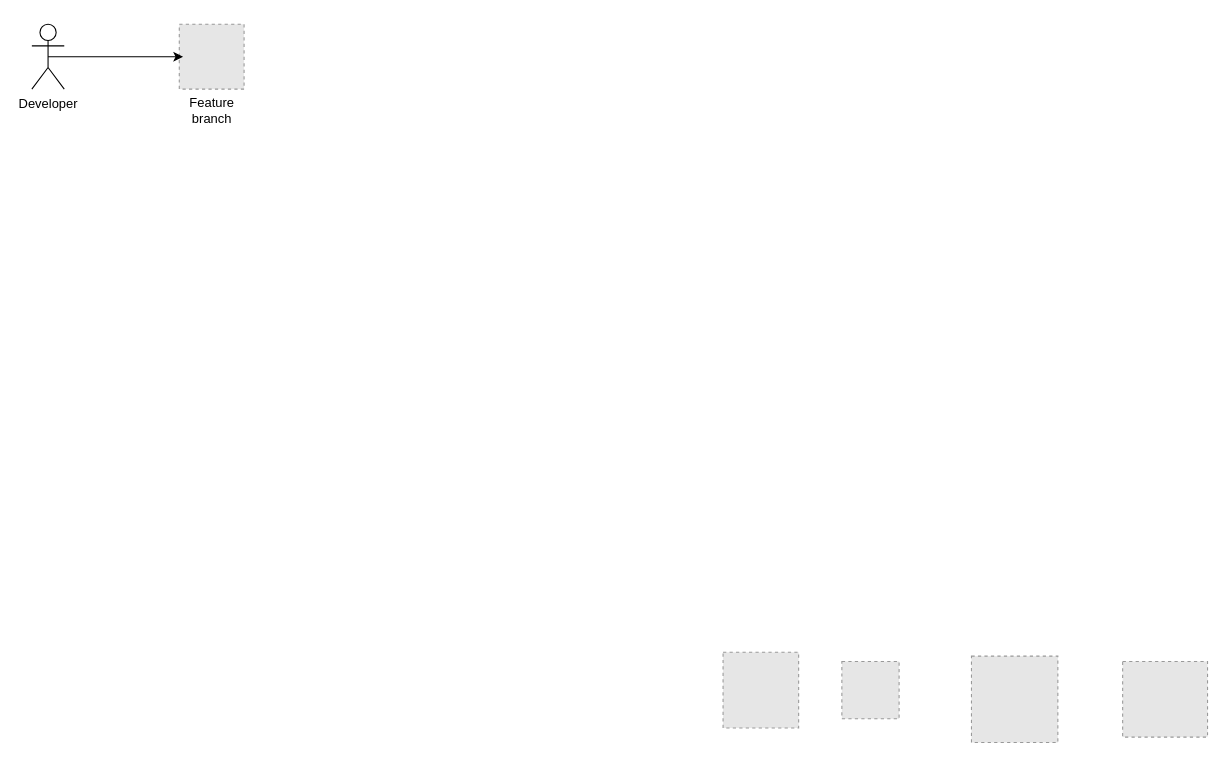
Before: jenkins-pipeline.drawio in ahup/drawings, a draw.io diagram. Source tidied: cells renumbered, new cells numbered last; positions are measured from the earlier drawing's top-left corner, leaving out a move shared by most shapes. Both pictures are drawn from the tidied source at 108%, with x=0, y=0 at pixel (31, 24). Pictures stored in the file or linked from it are replaced by grey dashed boxes.
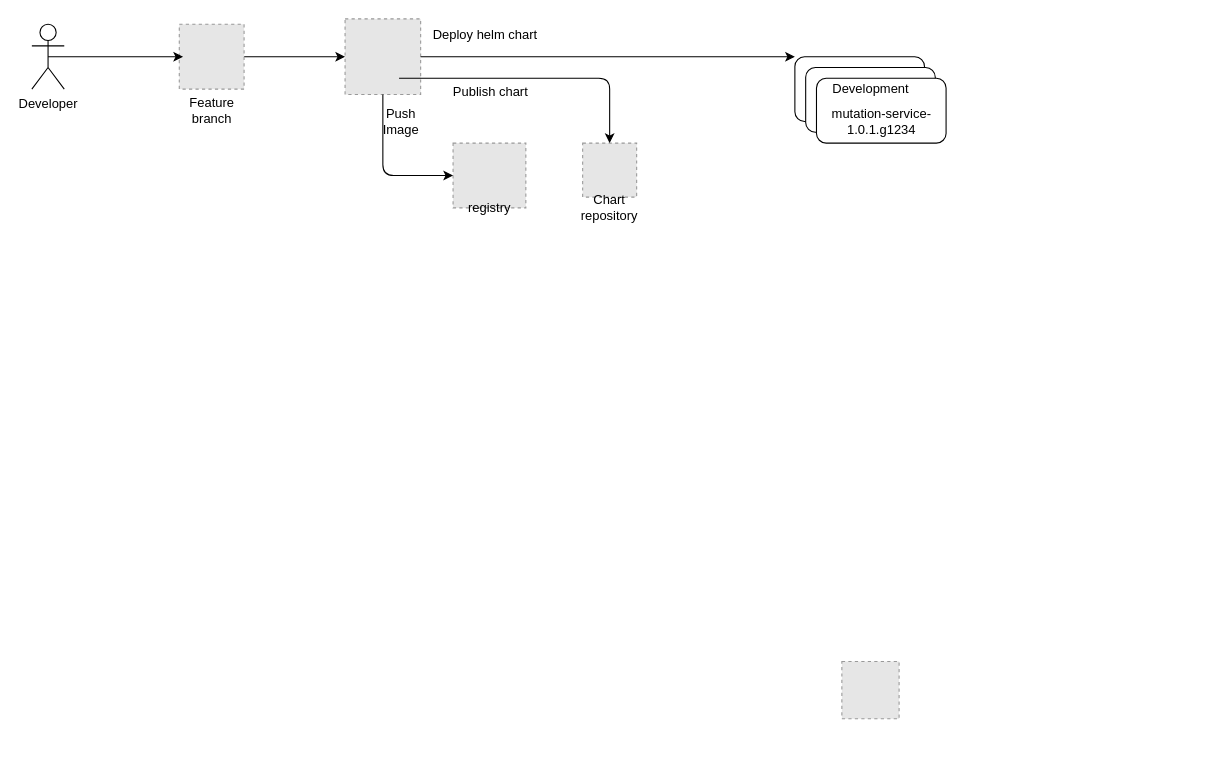
Above is the later version.

The change refers to these unchanged cells:
```xml
<mxCell id="7" style="fillColor=#E6E6E6;strokeColor=#999999;dashed=1;verticalLabelPosition=bottom;verticalAlign=top;" parent="1" vertex="1">
  <mxGeometry x="136.5" width="60" height="60" as="geometry" />
</mxCell>
```

Diff of the diagram source:
```diff
@@
     <mxCell id="5" style="fillColor=#E6E6E6;strokeColor=#999999;dashed=1;verticalLabelPosition=bottom;verticalAlign=top;" parent="1" vertex="1">
-      <mxGeometry x="870" y="585" width="80" height="80" as="geometry" />
+      <mxGeometry x="510" y="110" width="50" height="50" as="geometry" />
     </mxCell>
     <mxCell id="6" style="fillColor=#E6E6E6;strokeColor=#999999;dashed=1;verticalLabelPosition=bottom;verticalAlign=top;" parent="1" vertex="1">
-      <mxGeometry x="1010" y="590" width="78.6" height="70" as="geometry" />
+      <mxGeometry x="390" y="110" width="67.4" height="60" as="geometry" />
     </mxCell>
+    <mxCell id="10" style="edgeStyle=orthogonalEdgeStyle;rounded=0;jettySize=auto;html=1;exitX=1;exitY=0.5;exitDx=0;exitDy=0;entryX=0;entryY=0.5;entryDx=0;entryDy=0;" parent="1" edge="1" source="7" target="9">
+      <mxGeometry relative="1" as="geometry" />
+    </mxCell>
@@
     <mxCell id="9" style="fillColor=#E6E6E6;strokeColor=#999999;dashed=1;verticalLabelPosition=bottom;verticalAlign=top;" parent="1" vertex="1">
-      <mxGeometry x="640" y="581.5" width="70" height="70" as="geometry" />
+      <mxGeometry x="290" y="-5" width="70" height="70" as="geometry" />
     </mxCell>
+    <mxCell id="11" style="rounded=1;whiteSpace=wrap;html=1;" parent="1" vertex="1">
+      <mxGeometry x="706.5" y="30" width="120" height="60" as="geometry" />
+    </mxCell>
+    <mxCell id="12" style="rounded=1;whiteSpace=wrap;html=1;" parent="1" vertex="1">
+      <mxGeometry x="716.5" y="40" width="120" height="60" as="geometry" />
+    </mxCell>
+    <mxCell id="13" style="rounded=1;whiteSpace=wrap;html=1;" parent="1" vertex="1">
+      <mxGeometry x="726.5" y="50" width="120" height="60" as="geometry" />
+    </mxCell>
+    <mxCell id="14" value="Development" style="text;html=1;strokeColor=none;fillColor=none;align=center;verticalAlign=middle;whiteSpace=wrap;rounded=0;" parent="1" vertex="1">
+      <mxGeometry x="736.5" y="50" width="80" height="20" as="geometry" />
+    </mxCell>
+    <mxCell id="15" value="mutation-service-1.0.1.g1234" style="text;html=1;strokeColor=none;fillColor=none;align=center;verticalAlign=middle;whiteSpace=wrap;rounded=0;" parent="1" vertex="1">
+      <mxGeometry x="726.5" y="80" width="120" height="20" as="geometry" />
+    </mxCell>
+    <mxCell id="16" style="endArrow=classic;html=1;entryX=0;entryY=0;entryDx=0;entryDy=0;" parent="1" edge="1" target="11">
+      <mxGeometry relative="1" as="geometry">
+        <mxPoint x="360" y="30" as="sourcePoint" />
+      </mxGeometry>
+    </mxCell>
+    <mxCell id="17" value="Deploy helm chart" style="text;html=1;strokeColor=none;fillColor=none;align=center;verticalAlign=middle;whiteSpace=wrap;rounded=0;" parent="1" vertex="1">
+      <mxGeometry x="350" width="140" height="20" as="geometry" />
+    </mxCell>
+    <mxCell id="18" style="endArrow=classic;html=1;edgeStyle=elbowEdgeStyle;entryX=0.5;entryY=0;entryDx=0;entryDy=0;" parent="1" edge="1" target="5">
+      <mxGeometry relative="1" as="geometry">
+        <mxPoint x="340" y="50" as="sourcePoint" />
+        <Array as="points">
+          <mxPoint x="535" y="65" />
+        </Array>
+      </mxGeometry>
+    </mxCell>
+    <mxCell id="19" value="Chart repository" style="text;html=1;strokeColor=none;fillColor=none;align=center;verticalAlign=middle;whiteSpace=wrap;rounded=0;" parent="1" vertex="1">
+      <mxGeometry x="515" y="160" width="40" height="20" as="geometry" />
+    </mxCell>
+    <mxCell id="20" value="Publish chart" style="text;html=1;strokeColor=none;fillColor=none;align=center;verticalAlign=middle;whiteSpace=wrap;rounded=0;" parent="1" vertex="1">
+      <mxGeometry x="380" y="53" width="90" height="20" as="geometry" />
+    </mxCell>
+    <mxCell id="21" style="endArrow=classic;html=1;edgeStyle=orthogonalEdgeStyle;" parent="1" edge="1" source="9">
+      <mxGeometry relative="1" as="geometry">
+        <mxPoint x="390" y="140" as="targetPoint" />
+        <Array as="points">
+          <mxPoint x="325" y="140" />
+          <mxPoint x="390" y="140" />
+        </Array>
+      </mxGeometry>
+    </mxCell>
+    <mxCell id="22" value="Push&lt;br&gt;Image" style="text;html=1;strokeColor=none;fillColor=none;align=center;verticalAlign=middle;whiteSpace=wrap;rounded=0;rotation=0;" parent="1" vertex="1">
+      <mxGeometry x="322" y="80" width="40" height="20" as="geometry" />
+    </mxCell>
+    <mxCell id="23" value="registry" style="text;html=1;strokeColor=none;fillColor=none;align=center;verticalAlign=middle;whiteSpace=wrap;rounded=0;" parent="1" vertex="1">
+      <mxGeometry x="403.7" y="160" width="40" height="20" as="geometry" />
+    </mxCell>
```
